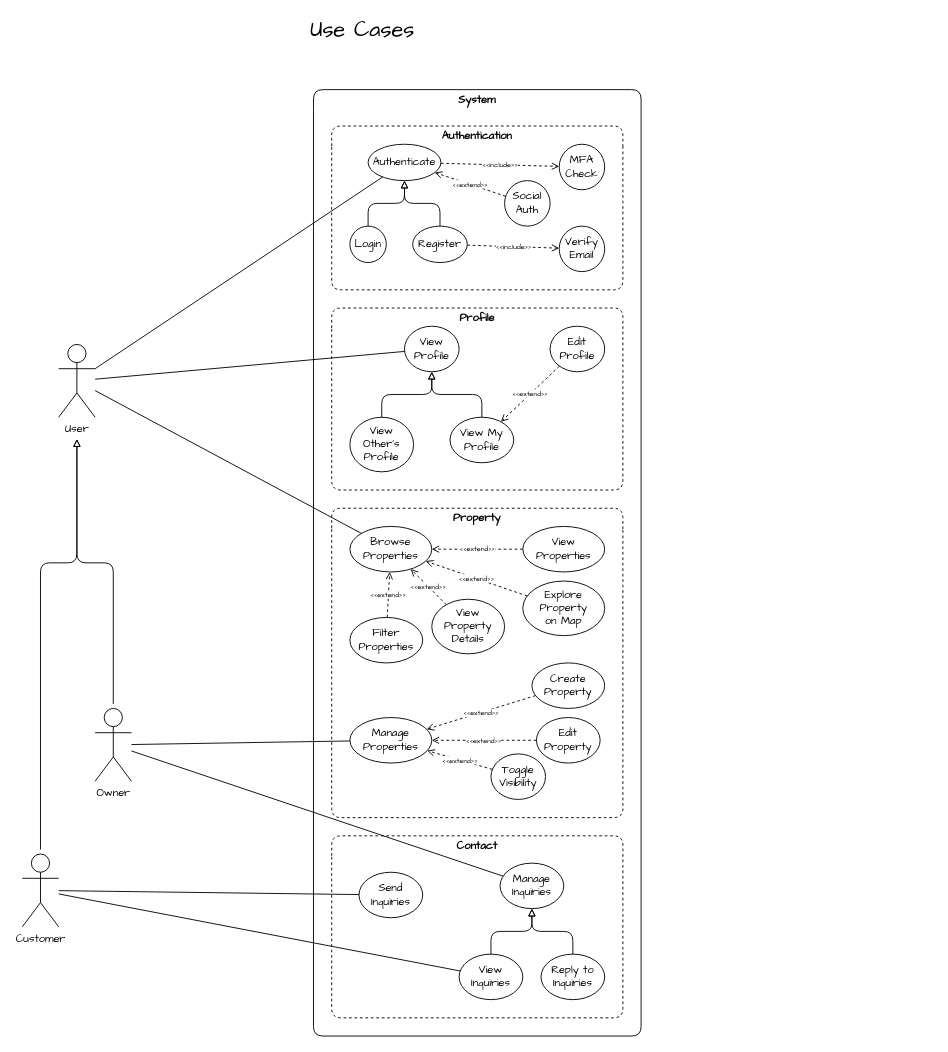
Before: page "UC" (1 of 4) of docs/architecture/lokatik.drawio in agile-factory/kernel, a draw.io diagram. Source tidied: cells renumbered, new cells numbered last; positions are measured from the earlier drawing's top-left corner, leaving out a move shared by most shapes. Both pictures are drawn from the tidied source at 91%, with x=0, y=0 at pixel (22, 16).
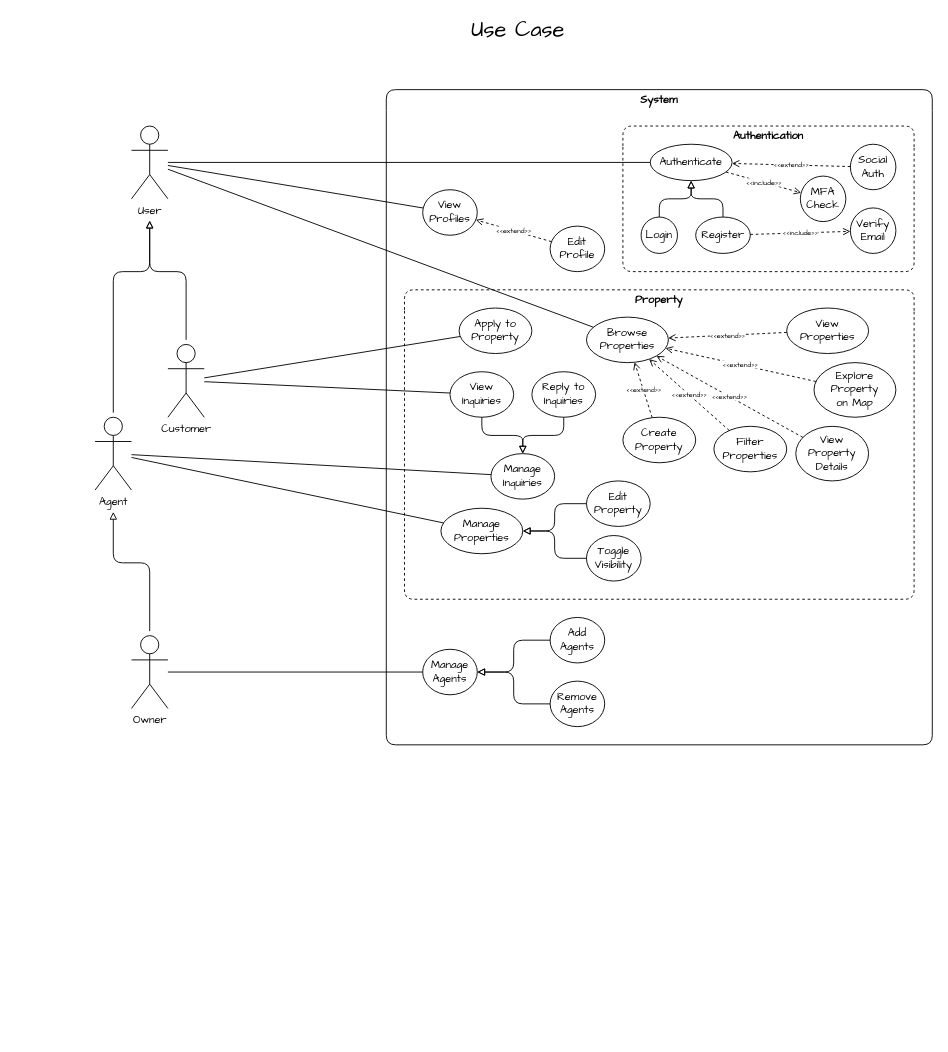
After the change.

The edit, as a diff of the source:
```diff
@@
     <mxCell id="2" value="System" style="swimlane;whiteSpace=wrap;html=1;fontFamily=Architects Daughter;fillColor=none;swimlaneLine=0;rounded=1;" parent="1" vertex="1">
-      <mxGeometry x="320" y="80" width="360" height="1040" as="geometry" />
+      <mxGeometry x="400" y="80" width="600" height="720" as="geometry" />
     </mxCell>
     <mxCell id="3" value="Authentication" style="swimlane;whiteSpace=wrap;html=1;fontFamily=Architects Daughter;fillColor=none;swimlaneLine=0;rounded=1;dashed=1;" parent="2" vertex="1">
-      <mxGeometry x="20" y="40" width="320" height="180" as="geometry" />
+      <mxGeometry x="260" y="40" width="320" height="160" as="geometry" />
     </mxCell>
     <mxCell id="4" value="Authenticate" style="ellipse;whiteSpace=wrap;html=1;fontFamily=Architects Daughter;" parent="3" vertex="1">
-      <mxGeometry x="40" y="20" width="80" height="40" as="geometry" />
+      <mxGeometry x="30" y="20" width="90" height="40" as="geometry" />
     </mxCell>
     <mxCell id="5" value="Login" style="ellipse;whiteSpace=wrap;html=1;fontFamily=Architects Daughter;" parent="3" vertex="1">
-      <mxGeometry x="20" y="110" width="40" height="40" as="geometry" />
+      <mxGeometry x="20" y="100" width="40" height="40" as="geometry" />
     </mxCell>
     <mxCell id="6" value="Register" style="ellipse;whiteSpace=wrap;html=1;fontFamily=Architects Daughter;" parent="3" vertex="1">
-      <mxGeometry x="89" y="110" width="60" height="40" as="geometry" />
+      <mxGeometry x="80" y="100" width="60" height="40" as="geometry" />
     </mxCell>
     <mxCell id="7" value="Social Auth" style="ellipse;whiteSpace=wrap;html=1;fontFamily=Architects Daughter;" parent="3" vertex="1">
-      <mxGeometry x="190" y="60" width="50" height="50" as="geometry" />
+      <mxGeometry x="250" y="20" width="50" height="50" as="geometry" />
     </mxCell>
     <mxCell id="8" value="Verify Email" style="ellipse;whiteSpace=wrap;html=1;fontFamily=Architects Daughter;" parent="3" vertex="1">
-      <mxGeometry x="250" y="110" width="50" height="50" as="geometry" />
+      <mxGeometry x="250" y="90" width="50" height="50" as="geometry" />
     </mxCell>
     <mxCell id="9" value="MFA Check" style="ellipse;whiteSpace=wrap;html=1;fontFamily=Architects Daughter;" parent="3" vertex="1">
-      <mxGeometry x="250" y="20" width="50" height="50" as="geometry" />
+      <mxGeometry x="195" y="55" width="50" height="50" as="geometry" />
     </mxCell>
     <mxCell id="10" value="Property" style="swimlane;whiteSpace=wrap;html=1;fontFamily=Architects Daughter;fillColor=none;swimlaneLine=0;rounded=1;dashed=1;" parent="2" vertex="1">
-      <mxGeometry x="20" y="460" width="320" height="340" as="geometry" />
+      <mxGeometry x="20" y="220" width="560" height="340" as="geometry" />
     </mxCell>
     <mxCell id="11" value="Browse Properties" style="ellipse;whiteSpace=wrap;html=1;fontFamily=Architects Daughter;" parent="10" vertex="1">
-      <mxGeometry x="20" y="20" width="90" height="50" as="geometry" />
+      <mxGeometry x="200" y="30" width="90" height="50" as="geometry" />
     </mxCell>
     <mxCell id="12" value="View Properties" style="ellipse;whiteSpace=wrap;html=1;fontFamily=Architects Daughter;" parent="10" vertex="1">
-      <mxGeometry x="210" y="20" width="90" height="50" as="geometry" />
+      <mxGeometry x="420" y="20" width="90" height="50" as="geometry" />
     </mxCell>
     <mxCell id="13" value="Filter Properties" style="ellipse;whiteSpace=wrap;html=1;fontFamily=Architects Daughter;" parent="10" vertex="1">
-      <mxGeometry x="20" y="120" width="80" height="50" as="geometry" />
+      <mxGeometry x="340" y="150" width="80" height="50" as="geometry" />
     </mxCell>
     <mxCell id="14" value="View Property Details" style="ellipse;whiteSpace=wrap;html=1;fontFamily=Architects Daughter;" parent="10" vertex="1">
-      <mxGeometry x="110" y="100" width="80" height="60" as="geometry" />
+      <mxGeometry x="430" y="150" width="80" height="60" as="geometry" />
     </mxCell>
     <mxCell id="15" value="Explore Property&lt;div&gt;on Map&lt;/div&gt;" style="ellipse;whiteSpace=wrap;html=1;fontFamily=Architects Daughter;" parent="10" vertex="1">
-      <mxGeometry x="210" y="80" width="90" height="60" as="geometry" />
+      <mxGeometry x="450" y="80" width="90" height="60" as="geometry" />
     </mxCell>
     <mxCell id="16" value="Manage&lt;div&gt;Properties&lt;/div&gt;" style="ellipse;whiteSpace=wrap;html=1;fontFamily=Architects Daughter;" parent="10" vertex="1">
-      <mxGeometry x="20" y="230" width="90" height="50" as="geometry" />
+      <mxGeometry x="40" y="240" width="90" height="50" as="geometry" />
     </mxCell>
     <mxCell id="17" value="Toggle Visibility" style="ellipse;whiteSpace=wrap;html=1;fontFamily=Architects Daughter;" parent="10" vertex="1">
-      <mxGeometry x="175" y="270" width="60" height="50" as="geometry" />
+      <mxGeometry x="200" y="270" width="60" height="50" as="geometry" />
     </mxCell>
     <mxCell id="18" value="Create Property" style="ellipse;whiteSpace=wrap;html=1;fontFamily=Architects Daughter;" parent="10" vertex="1">
-      <mxGeometry x="220" y="170" width="80" height="50" as="geometry" />
+      <mxGeometry x="240" y="140" width="80" height="50" as="geometry" />
     </mxCell>
     <mxCell id="19" value="Edit Property" style="ellipse;whiteSpace=wrap;html=1;fontFamily=Architects Daughter;" parent="10" vertex="1">
-      <mxGeometry x="225" y="230" width="70" height="50" as="geometry" />
+      <mxGeometry x="200" y="210" width="70" height="50" as="geometry" />
     </mxCell>
-    <mxCell id="20" value="Contact" style="swimlane;whiteSpace=wrap;html=1;fontFamily=Architects Daughter;fillColor=none;swimlaneLine=0;rounded=1;dashed=1;" parent="2" vertex="1">
-      <mxGeometry x="20" y="820" width="320" height="200" as="geometry" />
-    </mxCell>
-    <mxCell id="21" value="Manage&lt;div&gt;Inquiries&lt;/div&gt;" style="ellipse;whiteSpace=wrap;html=1;fontFamily=Architects Daughter;" parent="20" vertex="1">
-      <mxGeometry x="185" y="30" width="70" height="50" as="geometry" />
-    </mxCell>
+    <mxCell id="24" value="Apply to Property" style="ellipse;whiteSpace=wrap;html=1;fontFamily=Architects Daughter;" parent="10" vertex="1">
+      <mxGeometry x="60" y="20" width="80" height="50" as="geometry" />
+    </mxCell>
-    <mxCell id="22" value="View Inquiries" style="ellipse;whiteSpace=wrap;html=1;fontFamily=Architects Daughter;" parent="20" vertex="1">
-      <mxGeometry x="140" y="130" width="70" height="50" as="geometry" />
+    <mxCell id="22" value="View Inquiries" style="ellipse;whiteSpace=wrap;html=1;fontFamily=Architects Daughter;" parent="10" vertex="1">
+      <mxGeometry x="50" y="90" width="70" height="50" as="geometry" />
     </mxCell>
-    <mxCell id="23" value="&lt;div&gt;Reply to Inquiries&lt;/div&gt;" style="ellipse;whiteSpace=wrap;html=1;fontFamily=Architects Daughter;" parent="20" vertex="1">
-      <mxGeometry x="230" y="130" width="70" height="50" as="geometry" />
+    <mxCell id="23" value="&lt;div&gt;Reply to Inquiries&lt;/div&gt;" style="ellipse;whiteSpace=wrap;html=1;fontFamily=Architects Daughter;" parent="10" vertex="1">
+      <mxGeometry x="140" y="90" width="70" height="50" as="geometry" />
     </mxCell>
-    <mxCell id="24" value="Send&lt;div&gt;Inquiries&lt;/div&gt;" style="ellipse;whiteSpace=wrap;html=1;fontFamily=Architects Daughter;" parent="20" vertex="1">
-      <mxGeometry x="30" y="40" width="70" height="50" as="geometry" />
-    </mxCell>
-    <mxCell id="25" value="Profile" style="swimlane;whiteSpace=wrap;html=1;fontFamily=Architects Daughter;fillColor=none;swimlaneLine=0;rounded=1;dashed=1;" parent="2" vertex="1">
-      <mxGeometry x="20" y="240" width="320" height="200" as="geometry" />
-    </mxCell>
+    <mxCell id="21" value="Manage&lt;div&gt;Inquiries&lt;/div&gt;" style="ellipse;whiteSpace=wrap;html=1;fontFamily=Architects Daughter;" parent="10" vertex="1">
+      <mxGeometry x="95" y="180" width="70" height="50" as="geometry" />
+    </mxCell>
-    <mxCell id="26" value="View Profile" style="ellipse;whiteSpace=wrap;html=1;fontFamily=Architects Daughter;" parent="25" vertex="1">
-      <mxGeometry x="80" y="20" width="60" height="50" as="geometry" />
+    <mxCell id="26" value="View Profiles" style="ellipse;whiteSpace=wrap;html=1;fontFamily=Architects Daughter;" parent="2" vertex="1">
+      <mxGeometry x="40" y="110" width="60" height="50" as="geometry" />
     </mxCell>
-    <mxCell id="27" value="View My Profile" style="ellipse;whiteSpace=wrap;html=1;fontFamily=Architects Daughter;" parent="25" vertex="1">
-      <mxGeometry x="130" y="120" width="70" height="50" as="geometry" />
-    </mxCell>
-    <mxCell id="28" value="View Other's Profile" style="ellipse;whiteSpace=wrap;html=1;fontFamily=Architects Daughter;" parent="25" vertex="1">
-      <mxGeometry x="20" y="120" width="70" height="60" as="geometry" />
-    </mxCell>
-    <mxCell id="29" value="Edit Profile" style="ellipse;whiteSpace=wrap;html=1;fontFamily=Architects Daughter;" parent="25" vertex="1">
-      <mxGeometry x="240" y="20" width="60" height="50" as="geometry" />
+    <mxCell id="29" value="Edit Profile" style="ellipse;whiteSpace=wrap;html=1;fontFamily=Architects Daughter;" parent="2" vertex="1">
+      <mxGeometry x="180" y="150" width="60" height="50" as="geometry" />
     </mxCell>
+    <mxCell id="61" value="Manage Agents" style="ellipse;whiteSpace=wrap;html=1;fontFamily=Architects Daughter;" parent="2" vertex="1">
+      <mxGeometry x="40" y="615" width="60" height="50" as="geometry" />
+    </mxCell>
+    <mxCell id="62" value="Remove Agents" style="ellipse;whiteSpace=wrap;html=1;fontFamily=Architects Daughter;" parent="2" vertex="1">
+      <mxGeometry x="180" y="650" width="60" height="50" as="geometry" />
+    </mxCell>
+    <mxCell id="63" value="Add Agents" style="ellipse;whiteSpace=wrap;html=1;fontFamily=Architects Daughter;" parent="2" vertex="1">
+      <mxGeometry x="180" y="580" width="60" height="50" as="geometry" />
+    </mxCell>
     <mxCell id="30" value="Customer" style="shape=umlActor;verticalLabelPosition=bottom;verticalAlign=top;html=1;outlineConnect=0;fontFamily=Architects Daughter;" parent="1" vertex="1">
-      <mxGeometry y="920" width="40" height="80" as="geometry" />
+      <mxGeometry x="160" y="360" width="40" height="80" as="geometry" />
     </mxCell>
-    <mxCell id="31" value="Use Cases" style="text;html=1;whiteSpace=wrap;strokeColor=none;fillColor=none;align=center;verticalAlign=middle;rounded=0;fontSize=24;fontFamily=Architects Daughter;" parent="1" vertex="1">
-      <mxGeometry x="314" width="120" height="30" as="geometry" />
+    <mxCell id="31" value="Use Case" style="text;html=1;whiteSpace=wrap;strokeColor=none;fillColor=none;align=center;verticalAlign=middle;rounded=0;fontSize=24;fontFamily=Architects Daughter;" parent="1" vertex="1">
+      <mxGeometry x="485" width="120" height="30" as="geometry" />
     </mxCell>
-    <mxCell id="32" value="Owner" style="shape=umlActor;verticalLabelPosition=bottom;verticalAlign=top;html=1;outlineConnect=0;fontFamily=Architects Daughter;" parent="1" vertex="1">
-      <mxGeometry x="80" y="760" width="40" height="80" as="geometry" />
+    <mxCell id="32" value="Agent" style="shape=umlActor;verticalLabelPosition=bottom;verticalAlign=top;html=1;outlineConnect=0;fontFamily=Architects Daughter;" parent="1" vertex="1">
+      <mxGeometry x="80" y="440" width="40" height="80" as="geometry" />
     </mxCell>
     <mxCell id="33" value="User" style="shape=umlActor;verticalLabelPosition=bottom;verticalAlign=top;html=1;outlineConnect=0;fontFamily=Architects Daughter;" parent="1" vertex="1">
-      <mxGeometry x="40" y="360" width="40" height="80" as="geometry" />
+      <mxGeometry x="120" y="120" width="40" height="80" as="geometry" />
     </mxCell>
+    <mxCell id="64" value="Owner" style="shape=umlActor;verticalLabelPosition=bottom;verticalAlign=top;html=1;outlineConnect=0;fontFamily=Architects Daughter;" parent="1" vertex="1">
+      <mxGeometry x="120" y="680" width="40" height="80" as="geometry" />
+    </mxCell>
@@
-    <mxCell id="38" style="endArrow=block;endSize=6;endFill=0;html=1;rounded=1;edgeStyle=orthogonalEdgeStyle;curved=0;flowAnimation=1;" parent="34" edge="1" source="27" target="26">
-      <mxGeometry relative="1" as="geometry" />
-    </mxCell>
-    <mxCell id="39" style="endArrow=block;endSize=6;endFill=0;html=1;rounded=1;edgeStyle=orthogonalEdgeStyle;curved=0;flowAnimation=1;" parent="34" edge="1" source="28" target="26">
-      <mxGeometry relative="1" as="geometry" />
-    </mxCell>
@@
-    <mxCell id="44" value="&amp;lt;&amp;lt;extend&amp;gt;&amp;gt;" style="endArrow=open;endSize=6;dashed=1;html=1;rounded=0;fontFamily=Architects Daughter;flowAnimation=1;fontSize=8;" parent="34" edge="1" source="18" target="16">
-      <mxGeometry relative="1" as="geometry" />
-    </mxCell>
-    <mxCell id="45" value="&amp;lt;&amp;lt;extend&amp;gt;&amp;gt;" style="endArrow=open;endSize=6;dashed=1;html=1;rounded=0;fontFamily=Architects Daughter;flowAnimation=1;fontSize=8;" parent="34" edge="1" source="19" target="16">
-      <mxGeometry relative="1" as="geometry" />
-    </mxCell>
-    <mxCell id="46" value="&amp;lt;&amp;lt;extend&amp;gt;&amp;gt;" style="endArrow=open;endSize=6;dashed=1;html=1;rounded=0;fontFamily=Architects Daughter;flowAnimation=1;fontSize=8;" parent="34" edge="1" source="17" target="16">
-      <mxGeometry relative="1" as="geometry" />
-    </mxCell>
-    <mxCell id="47" style="endArrow=block;endSize=6;endFill=0;html=1;rounded=1;edgeStyle=orthogonalEdgeStyle;curved=0;flowAnimation=1;" parent="34" edge="1" source="22" target="21">
-      <mxGeometry relative="1" as="geometry" />
-    </mxCell>
-    <mxCell id="48" style="endArrow=block;endSize=6;endFill=0;html=1;rounded=1;edgeStyle=orthogonalEdgeStyle;curved=0;flowAnimation=1;" parent="34" edge="1" source="23" target="21">
-      <mxGeometry relative="1" as="geometry" />
-    </mxCell>
@@
     <mxCell id="54" style="endArrow=block;endSize=6;endFill=0;html=1;rounded=1;edgeStyle=orthogonalEdgeStyle;curved=0;flowAnimation=1;sourcePerimeterSpacing=5;targetPerimeterSpacing=24;" parent="34" edge="1" source="32" target="33">
-      <mxGeometry relative="1" as="geometry" />
+      <mxGeometry relative="1" as="geometry">
+        <Array as="points">
+          <mxPoint x="100" y="280" />
+          <mxPoint x="140" y="280" />
+        </Array>
+      </mxGeometry>
     </mxCell>
     <mxCell id="55" style="endArrow=block;endSize=6;endFill=0;html=1;rounded=1;edgeStyle=orthogonalEdgeStyle;curved=0;flowAnimation=1;sourcePerimeterSpacing=5;targetPerimeterSpacing=24;" parent="34" edge="1" source="30" target="33">
-      <mxGeometry relative="1" as="geometry">
-        <Array as="points">
-          <mxPoint x="20" y="600" />
-          <mxPoint x="60" y="600" />
-        </Array>
-      </mxGeometry>
+      <mxGeometry relative="1" as="geometry" />
     </mxCell>
@@
+    <mxCell id="65" style="endArrow=block;endSize=6;endFill=0;html=1;rounded=1;edgeStyle=orthogonalEdgeStyle;curved=0;flowAnimation=1;sourcePerimeterSpacing=5;targetPerimeterSpacing=24;" parent="34" edge="1" source="64" target="32">
+      <mxGeometry relative="1" as="geometry" />
+    </mxCell>
+    <mxCell id="66" style="endArrow=none;html=1;rounded=0;fontFamily=Architects Daughter;flowAnimation=1;" parent="34" edge="1" source="64" target="61">
+      <mxGeometry relative="1" as="geometry" />
+    </mxCell>
-    <mxCell id="60" value="&amp;lt;&amp;lt;extend&amp;gt;&amp;gt;" style="endArrow=open;endSize=6;dashed=1;html=1;rounded=0;fontFamily=Architects Daughter;flowAnimation=1;fontSize=8;" parent="34" edge="1" source="29" target="27">
+    <mxCell id="60" value="&amp;lt;&amp;lt;extend&amp;gt;&amp;gt;" style="endArrow=open;endSize=6;dashed=1;html=1;rounded=0;fontFamily=Architects Daughter;flowAnimation=1;fontSize=8;" parent="34" edge="1" source="29" target="26">
       <mxGeometry relative="1" as="geometry" />
     </mxCell>
+    <mxCell id="67" style="endArrow=block;endSize=6;endFill=0;html=1;rounded=1;edgeStyle=orthogonalEdgeStyle;curved=0;flowAnimation=1;" parent="34" edge="1" source="63" target="61">
+      <mxGeometry relative="1" as="geometry" />
+    </mxCell>
+    <mxCell id="68" style="endArrow=block;endSize=6;endFill=0;html=1;rounded=1;edgeStyle=orthogonalEdgeStyle;curved=0;flowAnimation=1;" parent="34" edge="1" source="62" target="61">
+      <mxGeometry relative="1" as="geometry" />
+    </mxCell>
+    <mxCell id="48" style="endArrow=block;endSize=6;endFill=0;html=1;rounded=1;edgeStyle=orthogonalEdgeStyle;curved=0;flowAnimation=1;" parent="34" edge="1" source="23" target="21">
+      <mxGeometry relative="1" as="geometry" />
+    </mxCell>
+    <mxCell id="47" style="endArrow=block;endSize=6;endFill=0;html=1;rounded=1;edgeStyle=orthogonalEdgeStyle;curved=0;flowAnimation=1;" parent="34" edge="1" source="22" target="21">
+      <mxGeometry relative="1" as="geometry" />
+    </mxCell>
+    <mxCell id="45" style="endArrow=block;endSize=6;endFill=0;html=1;rounded=1;edgeStyle=orthogonalEdgeStyle;curved=0;flowAnimation=1;" parent="34" edge="1" source="19" target="16">
+      <mxGeometry relative="1" as="geometry" />
+    </mxCell>
+    <mxCell id="46" style="endArrow=block;endSize=6;endFill=0;html=1;rounded=1;edgeStyle=orthogonalEdgeStyle;curved=0;flowAnimation=1;" parent="34" edge="1" source="17" target="16">
+      <mxGeometry relative="1" as="geometry" />
+    </mxCell>
+    <mxCell id="44" value="&amp;lt;&amp;lt;extend&amp;gt;&amp;gt;" style="endArrow=open;endSize=6;dashed=1;html=1;rounded=0;fontFamily=Architects Daughter;flowAnimation=1;fontSize=8;" parent="34" edge="1" source="18" target="11">
+      <mxGeometry relative="1" as="geometry" />
+    </mxCell>
```
